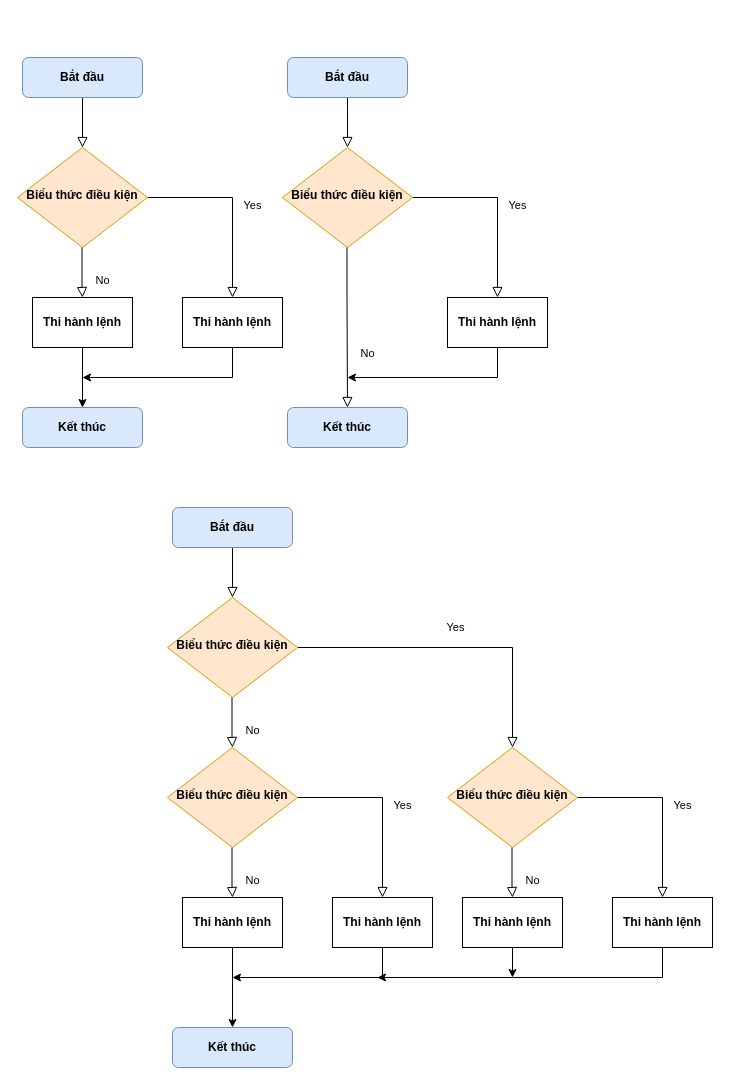
The draw.io diagram page "If" (2 of 3) of Flowcharts.drawio in Konan23/Basic-Flowcharts, before the edit. Source tidied: cells renumbered, new cells numbered last; positions are measured from the earlier drawing's top-left corner, leaving out a move shared by most shapes. Both pictures are drawn from the tidied source at 100%, with x=0, y=0 at pixel (17, 57).
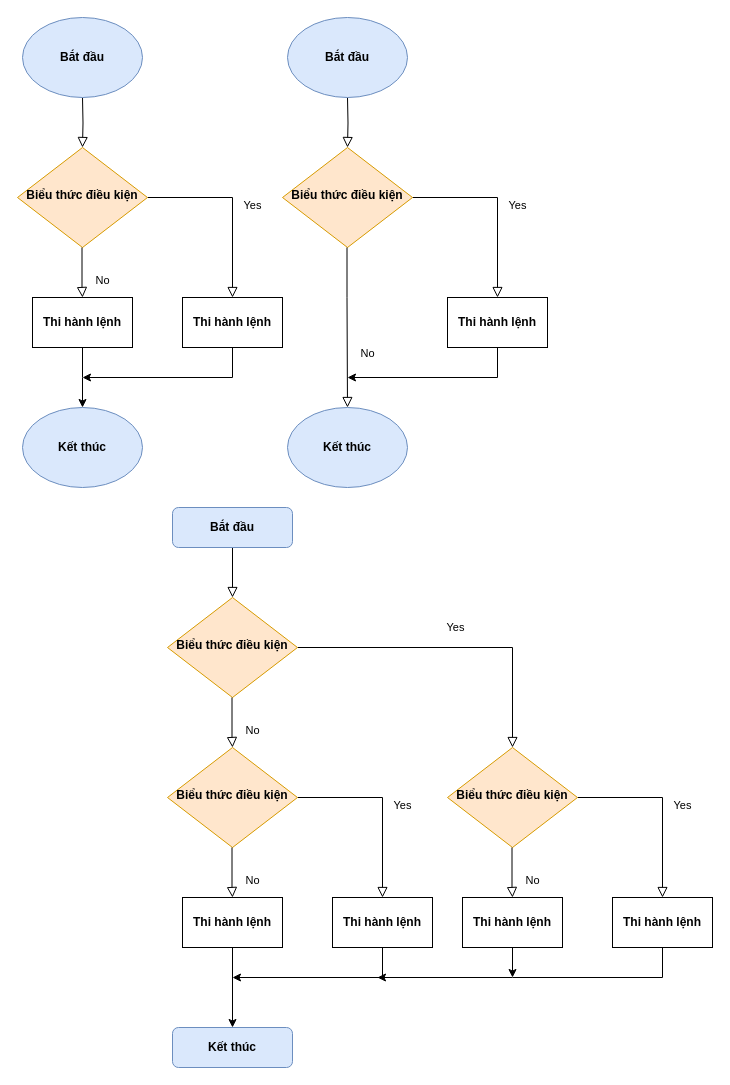
Above is the later version.

Unchanged cells that the change refers to:
```xml
<mxCell id="5" value="Biểu thức điều kiện" style="rhombus;whiteSpace=wrap;html=1;shadow=0;fontFamily=Montserrat;fontSize=12;align=center;strokeWidth=1;spacing=6;spacingTop=-4;fillColor=#ffe6cc;strokeColor=#d79b00;fontStyle=1;" parent="1" vertex="1">
  <mxGeometry y="90" width="130" height="100" as="geometry" />
</mxCell>
<mxCell id="11" value="Thi hành lệnh" style="rounded=0;whiteSpace=wrap;html=1;fontFamily=Montserrat;fontStyle=1;" parent="1" vertex="1">
  <mxGeometry x="15" y="240" width="100" height="50" as="geometry" />
</mxCell>
<mxCell id="35" value="Biểu thức điều kiện" style="rhombus;whiteSpace=wrap;html=1;shadow=0;fontFamily=Montserrat;fontSize=12;align=center;strokeWidth=1;spacing=6;spacingTop=-4;fillColor=#ffe6cc;strokeColor=#d79b00;fontStyle=1;" parent="1" vertex="1">
  <mxGeometry x="265" y="90" width="130" height="100" as="geometry" />
</mxCell>
```

Change to the diagram source:
```diff
@@
-    <mxCell id="2" style="rounded=0;html=1;jettySize=auto;fontSize=11;endArrow=block;endFill=0;endSize=8;strokeWidth=1;shadow=0;labelBackgroundColor=none;edgeStyle=orthogonalEdgeStyle;" parent="1" edge="1" source="3" target="5">
-      <mxGeometry relative="1" as="geometry" />
+    <mxCell id="2" style="rounded=0;html=1;jettySize=auto;fontSize=11;endArrow=block;endFill=0;endSize=8;strokeWidth=1;shadow=0;labelBackgroundColor=none;edgeStyle=orthogonalEdgeStyle;" parent="1" edge="1" target="5">
+      <mxGeometry relative="1" as="geometry">
+        <mxPoint x="65" y="40" as="sourcePoint" />
+      </mxGeometry>
     </mxCell>
-    <mxCell id="3" value="&lt;b&gt;Bắt đầu&lt;/b&gt;" style="rounded=1;whiteSpace=wrap;html=1;fontSize=12;glass=0;strokeWidth=1;shadow=0;fillColor=#dae8fc;strokeColor=#6c8ebf;fontFamily=Montserrat;FType=g;" parent="1" vertex="1">
-      <mxGeometry x="5" width="120" height="40" as="geometry" />
-    </mxCell>
@@
-    <mxCell id="6" value="Kết thúc" style="rounded=1;whiteSpace=wrap;html=1;fontSize=12;glass=0;strokeWidth=1;shadow=0;fillColor=#dae8fc;strokeColor=#6c8ebf;fontFamily=Montserrat;fontStyle=1;" parent="1" vertex="1">
-      <mxGeometry x="5" y="350" width="120" height="40" as="geometry" />
-    </mxCell>
@@
-    <mxCell id="10" style="edgeStyle=orthogonalEdgeStyle;rounded=0;jettySize=auto;html=1;exitX=0.5;exitY=1;exitDx=0;exitDy=0;entryX=0.5;entryY=0;entryDx=0;entryDy=0;" parent="1" edge="1" source="11" target="6">
-      <mxGeometry relative="1" as="geometry" />
+    <mxCell id="10" style="edgeStyle=orthogonalEdgeStyle;rounded=0;jettySize=auto;html=1;exitX=0.5;exitY=1;exitDx=0;exitDy=0;entryX=0.5;entryY=0;entryDx=0;entryDy=0;" parent="1" edge="1" source="11">
+      <mxGeometry relative="1" as="geometry">
+        <mxPoint x="65" y="350" as="targetPoint" />
+      </mxGeometry>
     </mxCell>
@@
-    <mxCell id="32" style="rounded=0;html=1;jettySize=auto;fontSize=11;endArrow=block;endFill=0;endSize=8;strokeWidth=1;shadow=0;labelBackgroundColor=none;edgeStyle=orthogonalEdgeStyle;" parent="1" edge="1" source="33" target="35">
-      <mxGeometry relative="1" as="geometry" />
+    <mxCell id="32" style="rounded=0;html=1;jettySize=auto;fontSize=11;endArrow=block;endFill=0;endSize=8;strokeWidth=1;shadow=0;labelBackgroundColor=none;edgeStyle=orthogonalEdgeStyle;" parent="1" edge="1" target="35">
+      <mxGeometry relative="1" as="geometry">
+        <mxPoint x="330" y="40" as="sourcePoint" />
+      </mxGeometry>
     </mxCell>
-    <mxCell id="33" value="&lt;b&gt;Bắt đầu&lt;/b&gt;" style="rounded=1;whiteSpace=wrap;html=1;fontSize=12;glass=0;strokeWidth=1;shadow=0;fillColor=#dae8fc;strokeColor=#6c8ebf;fontFamily=Montserrat;FType=g;" parent="1" vertex="1">
-      <mxGeometry x="270" width="120" height="40" as="geometry" />
-    </mxCell>
@@
-    <mxCell id="36" value="Kết thúc" style="rounded=1;whiteSpace=wrap;html=1;fontSize=12;glass=0;strokeWidth=1;shadow=0;fillColor=#dae8fc;strokeColor=#6c8ebf;fontFamily=Montserrat;fontStyle=1;" parent="1" vertex="1">
-      <mxGeometry x="270" y="350" width="120" height="40" as="geometry" />
-    </mxCell>
-    <mxCell id="37" value="No" style="rounded=0;html=1;jettySize=auto;fontSize=11;endArrow=block;endFill=0;endSize=8;strokeWidth=1;shadow=0;labelBackgroundColor=none;edgeStyle=orthogonalEdgeStyle;entryX=0.5;entryY=0;entryDx=0;entryDy=0;" parent="1" edge="1" target="36">
+    <mxCell id="37" value="No" style="rounded=0;html=1;jettySize=auto;orthogonalLoop=1;fontSize=11;endArrow=block;endFill=0;endSize=8;strokeWidth=1;shadow=0;labelBackgroundColor=none;edgeStyle=orthogonalEdgeStyle;entryX=0.5;entryY=0;entryDx=0;entryDy=0;" parent="1" edge="1">
       <mxGeometry x="0.33" y="20" relative="1" as="geometry">
         <mxPoint x="329.5" y="190" as="sourcePoint" />
+        <mxPoint x="330" y="350" as="targetPoint" />
         <Array as="points">
           <mxPoint x="330" y="240" />
           <mxPoint x="330" y="240" />
         </Array>
       </mxGeometry>
     </mxCell>
@@
+    <mxCell id="40" value="Bắt đầu" style="ellipse;whiteSpace=wrap;html=1;fontFamily=Montserrat;fillColor=#dae8fc;strokeColor=#6c8ebf;fontStyle=1;" parent="1" vertex="1">
+      <mxGeometry x="5" y="-40" width="120" height="80" as="geometry" />
+    </mxCell>
+    <mxCell id="41" value="Kết thúc" style="ellipse;whiteSpace=wrap;html=1;fontFamily=Montserrat;fontStyle=1;fillColor=#dae8fc;strokeColor=#6c8ebf;" parent="1" vertex="1">
+      <mxGeometry x="5" y="350" width="120" height="80" as="geometry" />
+    </mxCell>
+    <mxCell id="42" value="Bắt đầu" style="ellipse;whiteSpace=wrap;html=1;fontFamily=Montserrat;fillColor=#dae8fc;strokeColor=#6c8ebf;fontStyle=1;" parent="1" vertex="1">
+      <mxGeometry x="270" y="-40" width="120" height="80" as="geometry" />
+    </mxCell>
+    <mxCell id="43" value="Kết thúc" style="ellipse;whiteSpace=wrap;html=1;fontFamily=Montserrat;fontStyle=1;fillColor=#dae8fc;strokeColor=#6c8ebf;" parent="1" vertex="1">
+      <mxGeometry x="270" y="350" width="120" height="80" as="geometry" />
+    </mxCell>
```
